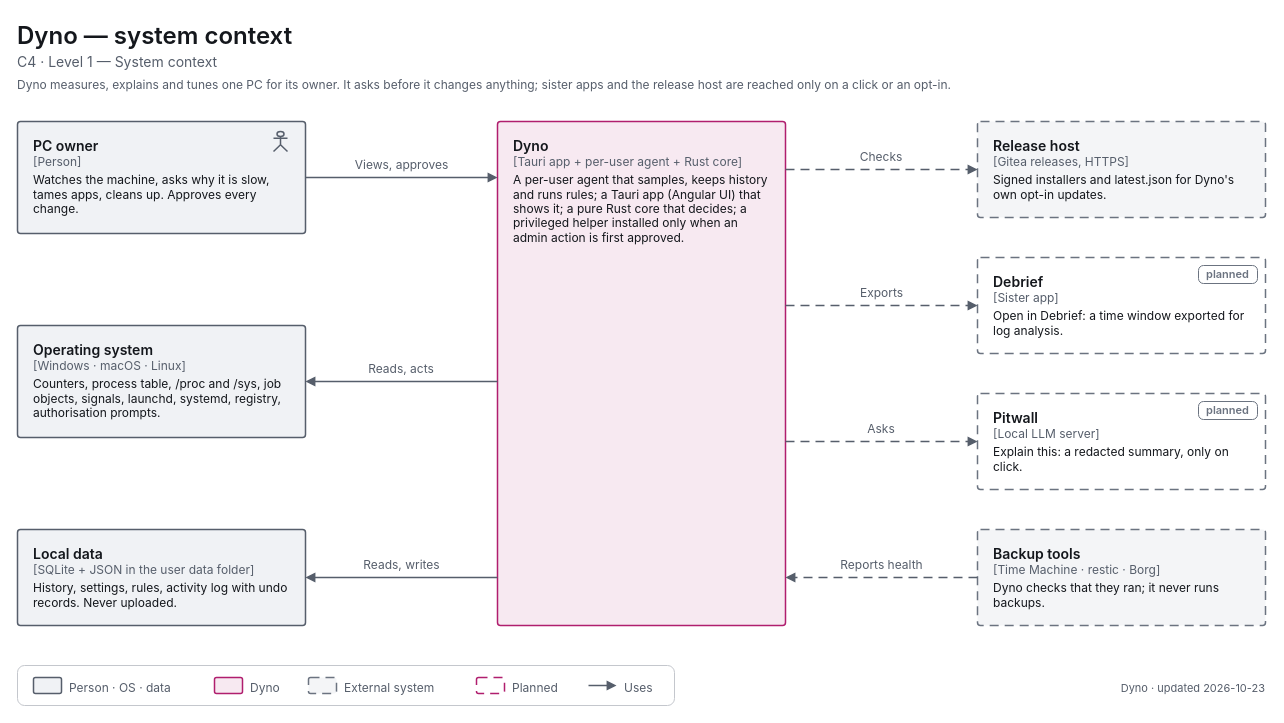
Earlier version of the draw.io diagram apps/dyno/diagrams/c4-1-context.drawio (decryp7/paddock). Source tidied: cells renumbered, new cells numbered last; positions are measured from the earlier drawing's top-left corner, leaving out a move shared by most shapes. Both pictures are drawn from the tidied source at 100%, with x=0, y=0 at pixel (17, 17).
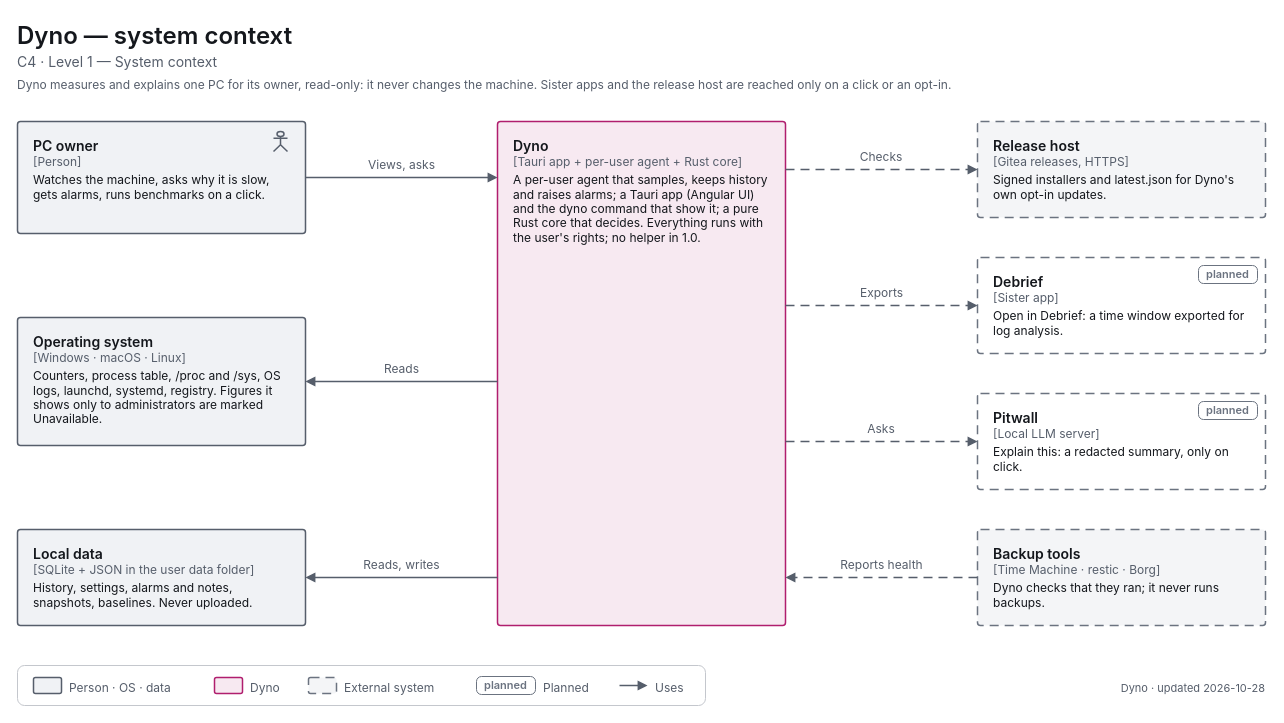
After the change.

Change to the diagram source:
```diff
@@
-    <mxCell id="4" value="&lt;span style=&quot;font-size:12px;font-weight:400&quot;&gt;Dyno measures, explains and tunes one PC for its owner. It asks before it changes anything; sister apps and the release host are reached only on a click or an opt-in.&lt;/span&gt;" style="html=1;whiteSpace=wrap;fontFamily=-apple-system,BlinkMacSystemFont,Segoe UI,system-ui,sans-serif;fontSize=12;fontColor=light-dark(#14171C,#ECEEF1);text;strokeColor=none;fillColor=none;align=left;verticalAlign=top;spacing=0;fontColor=light-dark(#565E6B,#A0A7B2);" parent="1" vertex="1">
+    <mxCell id="4" value="&lt;span style=&quot;font-size:12px;font-weight:400&quot;&gt;Dyno measures and explains one PC for its owner, read-only: it never changes the machine. Sister apps and the release host are reached only on a click or an opt-in.&lt;/span&gt;" style="html=1;whiteSpace=wrap;fontFamily=-apple-system,BlinkMacSystemFont,Segoe UI,system-ui,sans-serif;fontSize=12;fontColor=light-dark(#14171C,#ECEEF1);text;strokeColor=none;fillColor=none;align=left;verticalAlign=top;spacing=0;fontColor=light-dark(#565E6B,#A0A7B2);" parent="1" vertex="1">
       <mxGeometry y="56" width="1248" height="20" as="geometry" />
     </mxCell>
-    <mxCell id="5" value="&lt;span style=&quot;font-size:14px;font-weight:600&quot;&gt;PC owner&lt;/span&gt;&lt;br&gt;&lt;span style=&quot;font-size:12px;color:light-dark(#565E6B,#A0A7B2)&quot;&gt;[Person]&lt;/span&gt;&lt;br&gt;&lt;div style=&quot;margin-top:4px;font-size:12px&quot;&gt;Watches the machine, asks why it is slow, tames apps, cleans up. Approves every change.&lt;/div&gt;" style="html=1;whiteSpace=wrap;fontFamily=-apple-system,BlinkMacSystemFont,Segoe UI,system-ui,sans-serif;fontSize=12;fontColor=light-dark(#14171C,#ECEEF1);rounded=1;absoluteArcSize=1;arcSize=6;strokeWidth=1.5;strokeColor=light-dark(#565E6B,#A0A7B2);fillColor=light-dark(#F0F2F5,#1B1E23);align=left;verticalAlign=top;spacingLeft=14;spacingRight=14;spacingTop=10;spacingBottom=8;" parent="1" vertex="1">
+    <mxCell id="5" value="&lt;span style=&quot;font-size:14px;font-weight:600&quot;&gt;PC owner&lt;/span&gt;&lt;br&gt;&lt;span style=&quot;font-size:12px;color:light-dark(#565E6B,#A0A7B2)&quot;&gt;[Person]&lt;/span&gt;&lt;br&gt;&lt;div style=&quot;margin-top:4px;font-size:12px&quot;&gt;Watches the machine, asks why it is slow, gets alarms, runs benchmarks on a click.&lt;/div&gt;" style="html=1;whiteSpace=wrap;fontFamily=-apple-system,BlinkMacSystemFont,Segoe UI,system-ui,sans-serif;fontSize=12;fontColor=light-dark(#14171C,#ECEEF1);rounded=1;absoluteArcSize=1;arcSize=6;strokeWidth=1.5;strokeColor=light-dark(#565E6B,#A0A7B2);fillColor=light-dark(#F0F2F5,#1B1E23);align=left;verticalAlign=top;spacingLeft=14;spacingRight=14;spacingTop=10;spacingBottom=8;" parent="1" vertex="1">
       <mxGeometry y="104" width="288" height="112" as="geometry" />
     </mxCell>
@@
-    <mxCell id="7" value="&lt;span style=&quot;font-size:14px;font-weight:600&quot;&gt;Operating system&lt;/span&gt;&lt;br&gt;&lt;span style=&quot;font-size:12px;color:light-dark(#565E6B,#A0A7B2)&quot;&gt;[Windows · macOS · Linux]&lt;/span&gt;&lt;br&gt;&lt;div style=&quot;margin-top:4px;font-size:12px&quot;&gt;Counters, process table, /proc and /sys, job objects, signals, launchd, systemd, registry, authorisation prompts.&lt;/div&gt;" style="html=1;whiteSpace=wrap;fontFamily=-apple-system,BlinkMacSystemFont,Segoe UI,system-ui,sans-serif;fontSize=12;fontColor=light-dark(#14171C,#ECEEF1);rounded=1;absoluteArcSize=1;arcSize=6;strokeWidth=1.5;strokeColor=light-dark(#565E6B,#A0A7B2);fillColor=light-dark(#F0F2F5,#1B1E23);align=left;verticalAlign=top;spacingLeft=14;spacingRight=14;spacingTop=10;spacingBottom=8;" parent="1" vertex="1">
-      <mxGeometry y="308" width="288" height="112" as="geometry" />
+    <mxCell id="7" value="&lt;span style=&quot;font-size:14px;font-weight:600&quot;&gt;Operating system&lt;/span&gt;&lt;br&gt;&lt;span style=&quot;font-size:12px;color:light-dark(#565E6B,#A0A7B2)&quot;&gt;[Windows · macOS · Linux]&lt;/span&gt;&lt;br&gt;&lt;div style=&quot;margin-top:4px;font-size:12px&quot;&gt;Counters, process table, /proc and /sys, OS logs, launchd, systemd, registry. Figures it shows only to administrators are marked Unavailable.&lt;/div&gt;" style="html=1;whiteSpace=wrap;fontFamily=-apple-system,BlinkMacSystemFont,Segoe UI,system-ui,sans-serif;fontSize=12;fontColor=light-dark(#14171C,#ECEEF1);rounded=1;absoluteArcSize=1;arcSize=6;strokeWidth=1.5;strokeColor=light-dark(#565E6B,#A0A7B2);fillColor=light-dark(#F0F2F5,#1B1E23);align=left;verticalAlign=top;spacingLeft=14;spacingRight=14;spacingTop=10;spacingBottom=8;" parent="1" vertex="1">
+      <mxGeometry y="300" width="288" height="128" as="geometry" />
     </mxCell>
-    <mxCell id="8" value="&lt;span style=&quot;font-size:14px;font-weight:600&quot;&gt;Local data&lt;/span&gt;&lt;br&gt;&lt;span style=&quot;font-size:12px;color:light-dark(#565E6B,#A0A7B2)&quot;&gt;[SQLite + JSON in the user data folder]&lt;/span&gt;&lt;br&gt;&lt;div style=&quot;margin-top:4px;font-size:12px&quot;&gt;History, settings, rules, activity log with undo records. Never uploaded.&lt;/div&gt;" style="html=1;whiteSpace=wrap;fontFamily=-apple-system,BlinkMacSystemFont,Segoe UI,system-ui,sans-serif;fontSize=12;fontColor=light-dark(#14171C,#ECEEF1);rounded=1;absoluteArcSize=1;arcSize=6;strokeWidth=1.5;strokeColor=light-dark(#565E6B,#A0A7B2);fillColor=light-dark(#F0F2F5,#1B1E23);align=left;verticalAlign=top;spacingLeft=14;spacingRight=14;spacingTop=10;spacingBottom=8;" parent="1" vertex="1">
+    <mxCell id="8" value="&lt;span style=&quot;font-size:14px;font-weight:600&quot;&gt;Local data&lt;/span&gt;&lt;br&gt;&lt;span style=&quot;font-size:12px;color:light-dark(#565E6B,#A0A7B2)&quot;&gt;[SQLite + JSON in the user data folder]&lt;/span&gt;&lt;br&gt;&lt;div style=&quot;margin-top:4px;font-size:12px&quot;&gt;History, settings, alarms and notes, snapshots, baselines. Never uploaded.&lt;/div&gt;" style="html=1;whiteSpace=wrap;fontFamily=-apple-system,BlinkMacSystemFont,Segoe UI,system-ui,sans-serif;fontSize=12;fontColor=light-dark(#14171C,#ECEEF1);rounded=1;absoluteArcSize=1;arcSize=6;strokeWidth=1.5;strokeColor=light-dark(#565E6B,#A0A7B2);fillColor=light-dark(#F0F2F5,#1B1E23);align=left;verticalAlign=top;spacingLeft=14;spacingRight=14;spacingTop=10;spacingBottom=8;" parent="1" vertex="1">
       <mxGeometry y="512" width="288" height="96" as="geometry" />
     </mxCell>
@@
-    <mxCell id="15" value="&lt;span style=&quot;font-size:14px;font-weight:600&quot;&gt;Dyno&lt;/span&gt;&lt;br&gt;&lt;span style=&quot;font-size:12px;color:light-dark(#565E6B,#A0A7B2)&quot;&gt;[Tauri app + per-user agent + Rust core]&lt;/span&gt;&lt;br&gt;&lt;div style=&quot;margin-top:4px;font-size:12px&quot;&gt;A per-user agent that samples, keeps history and runs rules; a Tauri app (Angular UI) that shows it; a pure Rust core that decides; a privileged helper installed only when an admin action is first approved.&lt;/div&gt;" style="html=1;whiteSpace=wrap;fontFamily=-apple-system,BlinkMacSystemFont,Segoe UI,system-ui,sans-serif;fontSize=12;fontColor=light-dark(#14171C,#ECEEF1);rounded=1;absoluteArcSize=1;arcSize=6;strokeWidth=1.5;strokeColor=light-dark(#B01E6E,#F063A8);fillColor=light-dark(#F7E9F1,#382332);align=left;verticalAlign=top;spacingLeft=14;spacingRight=14;spacingTop=10;spacingBottom=8;" parent="1" vertex="1">
+    <mxCell id="15" value="&lt;span style=&quot;font-size:14px;font-weight:600&quot;&gt;Dyno&lt;/span&gt;&lt;br&gt;&lt;span style=&quot;font-size:12px;color:light-dark(#565E6B,#A0A7B2)&quot;&gt;[Tauri app + per-user agent + Rust core]&lt;/span&gt;&lt;br&gt;&lt;div style=&quot;margin-top:4px;font-size:12px&quot;&gt;A per-user agent that samples, keeps history and raises alarms; a Tauri app (Angular UI) and the dyno command that show it; a pure Rust core that decides. Everything runs with the user's rights; no helper in 1.0.&lt;/div&gt;" style="html=1;whiteSpace=wrap;fontFamily=-apple-system,BlinkMacSystemFont,Segoe UI,system-ui,sans-serif;fontSize=12;fontColor=light-dark(#14171C,#ECEEF1);rounded=1;absoluteArcSize=1;arcSize=6;strokeWidth=1.5;strokeColor=light-dark(#B01E6E,#F063A8);fillColor=light-dark(#F7E9F1,#382332);align=left;verticalAlign=top;spacingLeft=14;spacingRight=14;spacingTop=10;spacingBottom=8;" parent="1" vertex="1">
       <mxGeometry x="480" y="104" width="288" height="504" as="geometry" />
     </mxCell>
@@
-    <mxCell id="17" value="&lt;span style=&quot;font-size:12px;font-weight:400&quot;&gt;Views, approves&lt;/span&gt;" style="html=1;whiteSpace=wrap;fontFamily=-apple-system,BlinkMacSystemFont,Segoe UI,system-ui,sans-serif;fontSize=12;fontColor=light-dark(#14171C,#ECEEF1);text;strokeColor=none;fillColor=none;align=center;verticalAlign=top;spacing=0;fontColor=light-dark(#565E6B,#A0A7B2);" parent="1" vertex="1">
-      <mxGeometry x="330" y="136" width="109" height="18" as="geometry" />
+    <mxCell id="17" value="&lt;span style=&quot;font-size:12px;font-weight:400&quot;&gt;Views, asks&lt;/span&gt;" style="html=1;whiteSpace=wrap;fontFamily=-apple-system,BlinkMacSystemFont,Segoe UI,system-ui,sans-serif;fontSize=12;fontColor=light-dark(#14171C,#ECEEF1);text;strokeColor=none;fillColor=none;align=center;verticalAlign=top;spacing=0;fontColor=light-dark(#565E6B,#A0A7B2);" parent="1" vertex="1">
+      <mxGeometry x="344" y="136" width="81" height="18" as="geometry" />
     </mxCell>
@@
-    <mxCell id="19" value="&lt;span style=&quot;font-size:12px;font-weight:400&quot;&gt;Reads, acts&lt;/span&gt;" style="html=1;whiteSpace=wrap;fontFamily=-apple-system,BlinkMacSystemFont,Segoe UI,system-ui,sans-serif;fontSize=12;fontColor=light-dark(#14171C,#ECEEF1);text;strokeColor=none;fillColor=none;align=center;verticalAlign=top;spacing=0;fontColor=light-dark(#565E6B,#A0A7B2);" parent="1" vertex="1">
-      <mxGeometry x="344" y="340" width="80" height="18" as="geometry" />
+    <mxCell id="19" value="&lt;span style=&quot;font-size:12px;font-weight:400&quot;&gt;Reads&lt;/span&gt;" style="html=1;whiteSpace=wrap;fontFamily=-apple-system,BlinkMacSystemFont,Segoe UI,system-ui,sans-serif;fontSize=12;fontColor=light-dark(#14171C,#ECEEF1);text;strokeColor=none;fillColor=none;align=center;verticalAlign=top;spacing=0;fontColor=light-dark(#565E6B,#A0A7B2);" parent="1" vertex="1">
+      <mxGeometry x="362" y="340" width="45" height="18" as="geometry" />
     </mxCell>
@@
     <mxCell id="30" style="rounded=1;absoluteArcSize=1;arcSize=14;strokeWidth=1;strokeColor=light-dark(#C4C7CD,#353A42);fillColor=none;" parent="1" vertex="1">
-      <mxGeometry y="648" width="657" height="40" as="geometry" />
+      <mxGeometry y="648" width="688" height="40" as="geometry" />
     </mxCell>
@@
-    <mxCell id="37" style="rounded=1;absoluteArcSize=1;arcSize=4;strokeWidth=1.5;strokeColor=light-dark(#B01E6E,#F063A8);fillColor=light-dark(#FFFFFF,#15171B);dashed=1;dashPattern=6 4;" parent="1" vertex="1">
-      <mxGeometry x="459" y="660" width="28" height="16" as="geometry" />
+    <mxCell id="37" value="&lt;span style=&quot;font-size:11px;font-weight:600&quot;&gt;planned&lt;/span&gt;" style="html=1;whiteSpace=wrap;fontFamily=-apple-system,BlinkMacSystemFont,Segoe UI,system-ui,sans-serif;fontSize=12;fontColor=light-dark(#14171C,#ECEEF1);rounded=1;absoluteArcSize=1;arcSize=10;strokeWidth=1;strokeColor=light-dark(#6B7380,#7F8794);fillColor=light-dark(#FFFFFF,#15171B);fontColor=light-dark(#6B7380,#7F8794);align=center;verticalAlign=middle;spacing=0;" parent="1" vertex="1">
+      <mxGeometry x="459" y="659" width="59" height="18" as="geometry" />
     </mxCell>
     <mxCell id="38" value="&lt;span style=&quot;font-size:12px;font-weight:400&quot;&gt;Planned&lt;/span&gt;" style="html=1;whiteSpace=wrap;fontFamily=-apple-system,BlinkMacSystemFont,Segoe UI,system-ui,sans-serif;fontSize=12;fontColor=light-dark(#14171C,#ECEEF1);text;strokeColor=none;fillColor=none;align=left;verticalAlign=top;spacing=0;fontColor=light-dark(#565E6B,#A0A7B2);" parent="1" vertex="1">
-      <mxGeometry x="495" y="659" width="52" height="18" as="geometry" />
+      <mxGeometry x="526" y="659" width="52" height="18" as="geometry" />
     </mxCell>
     <mxCell id="39" style="edgeStyle=none;rounded=1;html=1;strokeWidth=1.5;strokeColor=light-dark(#565E6B,#A0A7B2);endArrow=block;endFill=1;endSize=6;" parent="1" edge="1">
       <mxGeometry relative="1" as="geometry">
-        <mxPoint x="571" y="668" as="sourcePoint" />
-        <mxPoint x="599" y="668" as="targetPoint" />
+        <mxPoint x="602" y="668" as="sourcePoint" />
+        <mxPoint x="630" y="668" as="targetPoint" />
       </mxGeometry>
     </mxCell>
     <mxCell id="40" value="&lt;span style=&quot;font-size:12px;font-weight:400&quot;&gt;Uses&lt;/span&gt;" style="html=1;whiteSpace=wrap;fontFamily=-apple-system,BlinkMacSystemFont,Segoe UI,system-ui,sans-serif;fontSize=12;fontColor=light-dark(#14171C,#ECEEF1);text;strokeColor=none;fillColor=none;align=left;verticalAlign=top;spacing=0;fontColor=light-dark(#565E6B,#A0A7B2);" parent="1" vertex="1">
-      <mxGeometry x="607" y="659" width="34" height="18" as="geometry" />
+      <mxGeometry x="638" y="659" width="34" height="18" as="geometry" />
     </mxCell>
-    <mxCell id="41" value="&lt;span style=&quot;font-size:11px;font-weight:400&quot;&gt;Dyno · updated 2026-10-23&lt;/span&gt;" style="html=1;whiteSpace=wrap;fontFamily=-apple-system,BlinkMacSystemFont,Segoe UI,system-ui,sans-serif;fontSize=12;fontColor=light-dark(#14171C,#ECEEF1);text;strokeColor=none;fillColor=none;align=right;verticalAlign=top;spacing=0;fontColor=light-dark(#565E6B,#A0A7B2);" parent="1" vertex="1">
+    <mxCell id="41" value="&lt;span style=&quot;font-size:11px;font-weight:400&quot;&gt;Dyno · updated 2026-10-28&lt;/span&gt;" style="html=1;whiteSpace=wrap;fontFamily=-apple-system,BlinkMacSystemFont,Segoe UI,system-ui,sans-serif;fontSize=12;fontColor=light-dark(#14171C,#ECEEF1);text;strokeColor=none;fillColor=none;align=right;verticalAlign=top;spacing=0;fontColor=light-dark(#565E6B,#A0A7B2);" parent="1" vertex="1">
       <mxGeometry x="888" y="659" width="360" height="18" as="geometry" />
     </mxCell>
```
